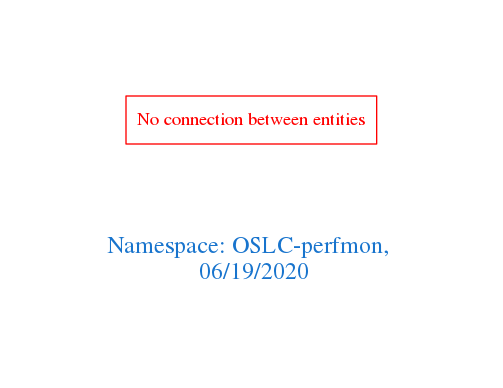
Earlier version of the Graphviz export downloads/OSLC-perfmon.png (arago/OGIT). Its source is kept beside it as downloads/OSLC-perfmon.dot.
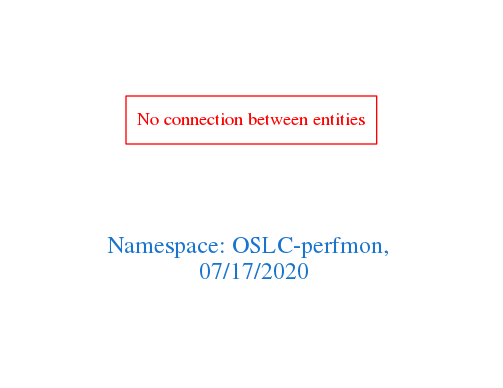
The same file after the commit.

The edit, as a diff of the source:
```diff
@@ -1,7 +1,7 @@
 digraph OGIT_ontology {
  graph [ rankdir= LR,pad=1
 fontsize = 18,
-fontcolor= dodgerblue3,label = "\n\n\nNamespace: OSLC-perfmon, \n 06/19/2020"];
+fontcolor= dodgerblue3,label = "\n\n\nNamespace: OSLC-perfmon, \n 07/17/2020"];
 node[shape=polygon];
 edge [  color="gray81"];
 
```
